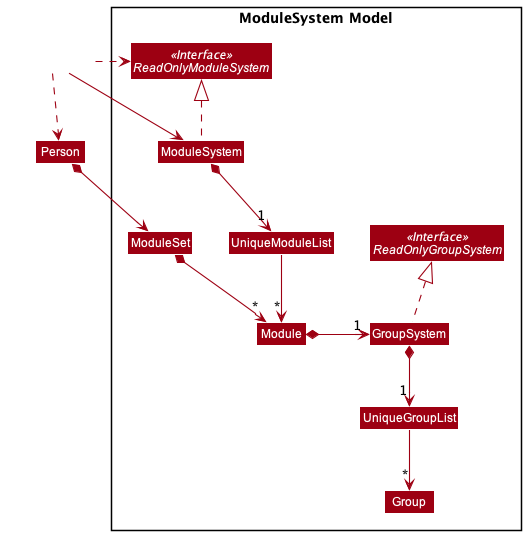
The PlantUML diagram docs/images/ModuleSystemModelClassDiagram.png in nus-cs2103-AY2122S1/tp, before a commit. Its diagram source:
```plantuml
@startuml
!include style.puml
skinparam arrowThickness 1.1
skinparam arrowColor MODEL_COLOR
skinparam classBackgroundColor MODEL_COLOR

Package "ModuleSystem Model" {
Interface ReadOnlyModuleSystem <<Interface>>
Class ModuleSystem
Class UniqueModuleList
Class Module

Interface ReadOnlyGroupSystem <<Interface>>
Class GroupSystem
Class UniqueGroupList
Class Group

Class ModuleSet
}

Class HiddenOutside #FFFFFF
HiddenOutside .> ReadOnlyModuleSystem
HiddenOutside --> ModuleSystem
HiddenOutside .> Person
Person *--> ModuleSet

ModuleSystem .up.|> ReadOnlyModuleSystem
ModuleSystem *--> "1" UniqueModuleList
UniqueModuleList --> "*" Module
Module *-> "1" GroupSystem
ModuleSet *--> "*" Module

GroupSystem .up.|> ReadOnlyGroupSystem
GroupSystem *--> "1" UniqueGroupList
UniqueGroupList --> "*" Group

@enduml
```
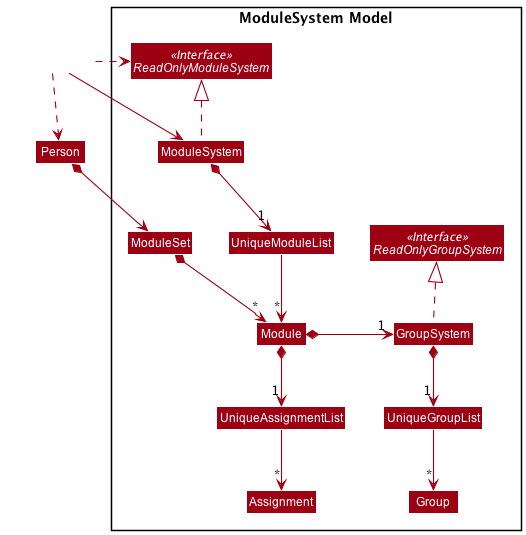
After the commit.

Commit message:
Add UniqueAssignmentList to class diagrams

Change to the diagram source:
```diff
@@ -9,6 +9,8 @@
 Class ModuleSystem
 Class UniqueModuleList
 Class Module
+Class UniqueAssignmentList
+Class Assignment
 
 Interface ReadOnlyGroupSystem <<Interface>>
 Class GroupSystem
@@ -34,4 +36,6 @@
 GroupSystem *--> "1" UniqueGroupList
 UniqueGroupList --> "*" Group
 
+Module *--> "1" UniqueAssignmentList
+UniqueAssignmentList --> "*" Assignment
 @enduml
```
